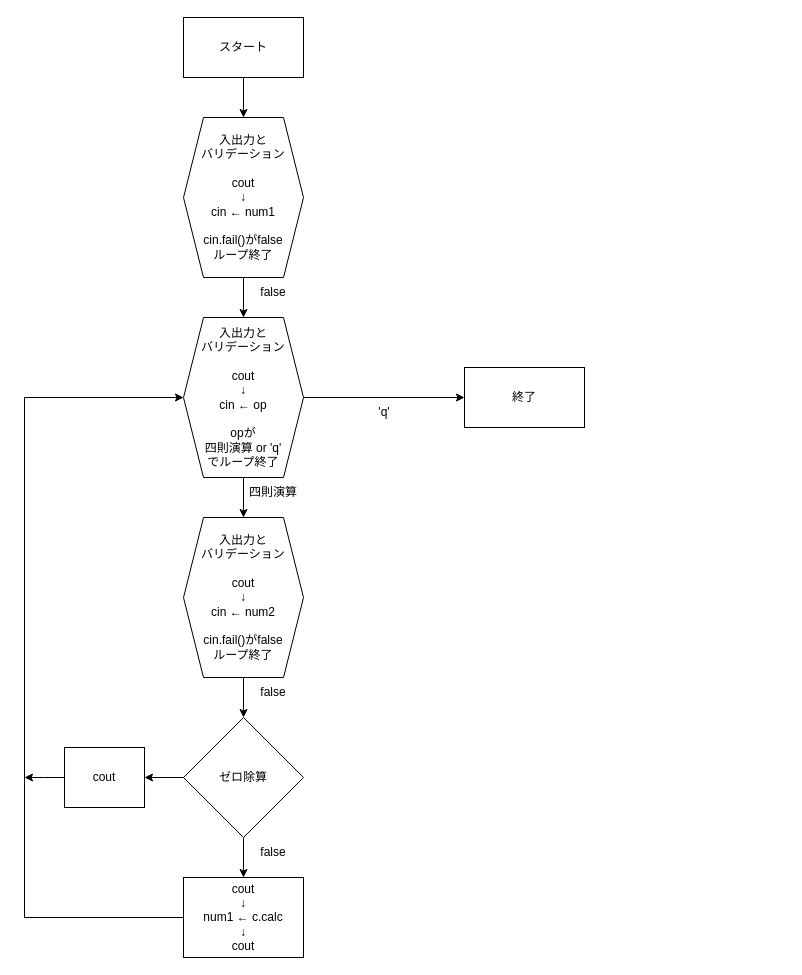
Before: 標準電卓.drawio in kiakibasl-dev/dentaku, a draw.io diagram. Source tidied: cells renumbered, new cells numbered last; positions are measured from the earlier drawing's top-left corner, leaving out a move shared by most shapes. Both pictures are drawn from the tidied source at 100%, with x=0, y=0 at pixel (24, 17).
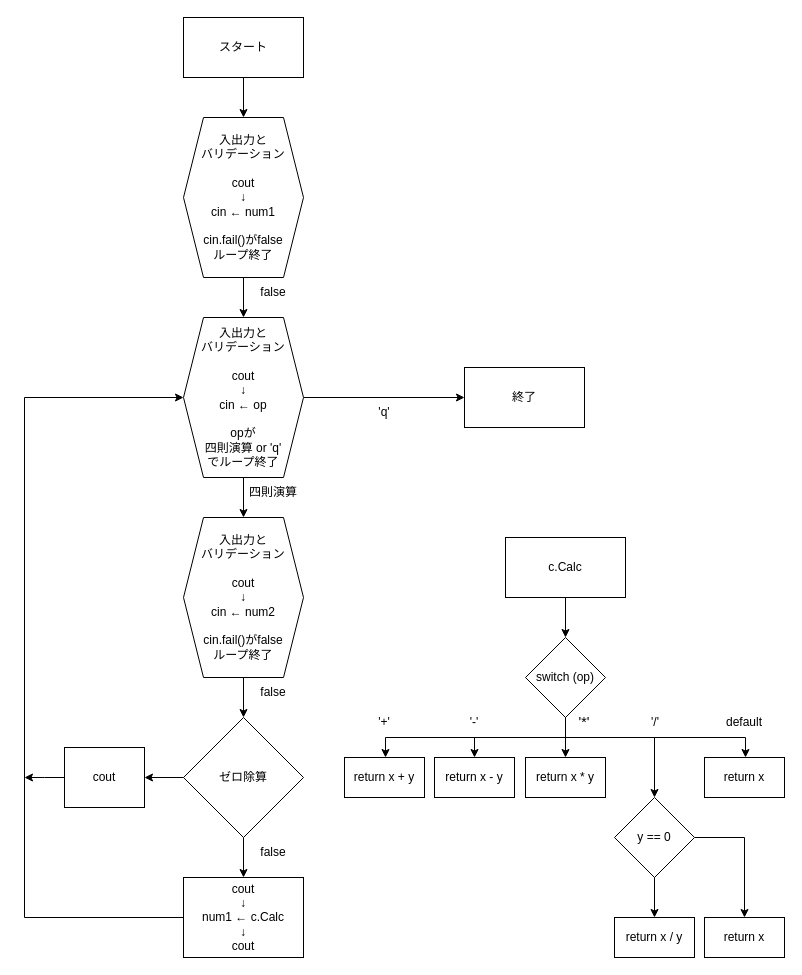
After the change.

Change to the diagram source:
```diff
@@
-    <mxCell id="16" value="cout&lt;div&gt;↓&lt;/div&gt;&lt;div&gt;num1 ← c.calc&lt;/div&gt;&lt;div&gt;↓&lt;/div&gt;&lt;div&gt;cout&lt;/div&gt;" style="rounded=0;whiteSpace=wrap;html=1;" parent="1" vertex="1">
+    <mxCell id="16" value="cout&lt;div&gt;↓&lt;/div&gt;&lt;div&gt;num1 ← c.Calc&lt;/div&gt;&lt;div&gt;↓&lt;/div&gt;&lt;div&gt;cout&lt;/div&gt;" style="rounded=0;whiteSpace=wrap;html=1;" parent="1" vertex="1">
       <mxGeometry x="159" y="860" width="120" height="80" as="geometry" />
     </mxCell>
@@
+    <mxCell id="24" style="edgeStyle=orthogonalEdgeStyle;rounded=0;jettySize=auto;html=1;" parent="1" edge="1" source="25" target="30">
+      <mxGeometry relative="1" as="geometry" />
+    </mxCell>
+    <mxCell id="25" value="c.Calc" style="rounded=0;whiteSpace=wrap;html=1;" parent="1" vertex="1">
+      <mxGeometry x="481" y="520" width="120" height="60" as="geometry" />
+    </mxCell>
+    <mxCell id="26" style="edgeStyle=orthogonalEdgeStyle;rounded=0;jettySize=auto;html=1;exitX=0.5;exitY=1;exitDx=0;exitDy=0;" parent="1" edge="1" source="30">
+      <mxGeometry relative="1" as="geometry">
+        <mxPoint x="541" y="740" as="targetPoint" />
+      </mxGeometry>
+    </mxCell>
+    <mxCell id="27" style="edgeStyle=orthogonalEdgeStyle;rounded=0;jettySize=auto;html=1;" parent="1" edge="1" source="30">
+      <mxGeometry relative="1" as="geometry">
+        <mxPoint x="361" y="740" as="targetPoint" />
+        <Array as="points">
+          <mxPoint x="541" y="720" />
+          <mxPoint x="361" y="720" />
+        </Array>
+      </mxGeometry>
+    </mxCell>
+    <mxCell id="28" style="edgeStyle=orthogonalEdgeStyle;rounded=0;jettySize=auto;html=1;entryX=0.5;entryY=0;entryDx=0;entryDy=0;" parent="1" edge="1" source="30" target="32">
+      <mxGeometry relative="1" as="geometry">
+        <Array as="points">
+          <mxPoint x="541" y="720" />
+          <mxPoint x="450" y="720" />
+        </Array>
+      </mxGeometry>
+    </mxCell>
+    <mxCell id="29" style="edgeStyle=orthogonalEdgeStyle;rounded=0;jettySize=auto;html=1;" parent="1" edge="1" source="30">
+      <mxGeometry relative="1" as="geometry">
+        <mxPoint x="721" y="740" as="targetPoint" />
+        <Array as="points">
+          <mxPoint x="541" y="720" />
+          <mxPoint x="721" y="720" />
+        </Array>
+      </mxGeometry>
+    </mxCell>
+    <mxCell id="30" value="switch (op)" style="rhombus;whiteSpace=wrap;html=1;" parent="1" vertex="1">
+      <mxGeometry x="501" y="620" width="80" height="80" as="geometry" />
+    </mxCell>
+    <mxCell id="31" value="return x + y" style="rounded=0;whiteSpace=wrap;html=1;" parent="1" vertex="1">
+      <mxGeometry x="320" y="740" width="80" height="40" as="geometry" />
+    </mxCell>
+    <mxCell id="32" value="return x - y" style="rounded=0;whiteSpace=wrap;html=1;" parent="1" vertex="1">
+      <mxGeometry x="410" y="740" width="80" height="40" as="geometry" />
+    </mxCell>
+    <mxCell id="33" value="return x * y" style="rounded=0;whiteSpace=wrap;html=1;" parent="1" vertex="1">
+      <mxGeometry x="501" y="740" width="80" height="40" as="geometry" />
+    </mxCell>
+    <mxCell id="34" value="return x / y" style="rounded=0;whiteSpace=wrap;html=1;" parent="1" vertex="1">
+      <mxGeometry x="590" y="900" width="80" height="40" as="geometry" />
+    </mxCell>
+    <mxCell id="35" value="return x" style="rounded=0;whiteSpace=wrap;html=1;" parent="1" vertex="1">
+      <mxGeometry x="680" y="740" width="80" height="40" as="geometry" />
+    </mxCell>
+    <mxCell id="36" style="edgeStyle=orthogonalEdgeStyle;rounded=0;jettySize=auto;html=1;entryX=0.5;entryY=0;entryDx=0;entryDy=0;" parent="1" edge="1" source="38" target="34">
+      <mxGeometry relative="1" as="geometry" />
+    </mxCell>
+    <mxCell id="37" style="edgeStyle=orthogonalEdgeStyle;rounded=0;jettySize=auto;html=1;entryX=0.5;entryY=0;entryDx=0;entryDy=0;" parent="1" edge="1" source="38" target="40">
+      <mxGeometry relative="1" as="geometry" />
+    </mxCell>
+    <mxCell id="38" value="y == 0" style="rhombus;whiteSpace=wrap;html=1;" parent="1" vertex="1">
+      <mxGeometry x="590" y="780" width="80" height="80" as="geometry" />
+    </mxCell>
+    <mxCell id="39" style="edgeStyle=orthogonalEdgeStyle;rounded=0;jettySize=auto;html=1;entryX=0.5;entryY=0;entryDx=0;entryDy=0;" parent="1" edge="1" source="30" target="38">
+      <mxGeometry relative="1" as="geometry">
+        <Array as="points">
+          <mxPoint x="541" y="720" />
+          <mxPoint x="630" y="720" />
+        </Array>
+      </mxGeometry>
+    </mxCell>
+    <mxCell id="40" value="return x" style="rounded=0;whiteSpace=wrap;html=1;" parent="1" vertex="1">
+      <mxGeometry x="680" y="900" width="80" height="40" as="geometry" />
+    </mxCell>
+    <mxCell id="41" value="'*'" style="text;html=1;whiteSpace=wrap;strokeColor=none;fillColor=none;align=center;verticalAlign=middle;rounded=0;fontSize=14;" parent="1" vertex="1">
+      <mxGeometry x="530" y="690" width="60" height="30" as="geometry" />
+    </mxCell>
+    <mxCell id="42" value="'/'" style="text;html=1;whiteSpace=wrap;strokeColor=none;fillColor=none;align=center;verticalAlign=middle;rounded=0;" parent="1" vertex="1">
+      <mxGeometry x="601" y="690" width="60" height="30" as="geometry" />
+    </mxCell>
+    <mxCell id="43" value="default" style="text;html=1;whiteSpace=wrap;strokeColor=none;fillColor=none;align=center;verticalAlign=middle;rounded=0;" parent="1" vertex="1">
+      <mxGeometry x="690" y="690" width="60" height="30" as="geometry" />
+    </mxCell>
+    <mxCell id="44" value="'+'" style="text;html=1;whiteSpace=wrap;strokeColor=none;fillColor=none;align=center;verticalAlign=middle;rounded=0;" parent="1" vertex="1">
+      <mxGeometry x="330" y="690" width="60" height="30" as="geometry" />
+    </mxCell>
+    <mxCell id="45" value="'-'" style="text;html=1;whiteSpace=wrap;strokeColor=none;fillColor=none;align=center;verticalAlign=middle;rounded=0;" parent="1" vertex="1">
+      <mxGeometry x="420" y="690" width="60" height="30" as="geometry" />
+    </mxCell>
```
